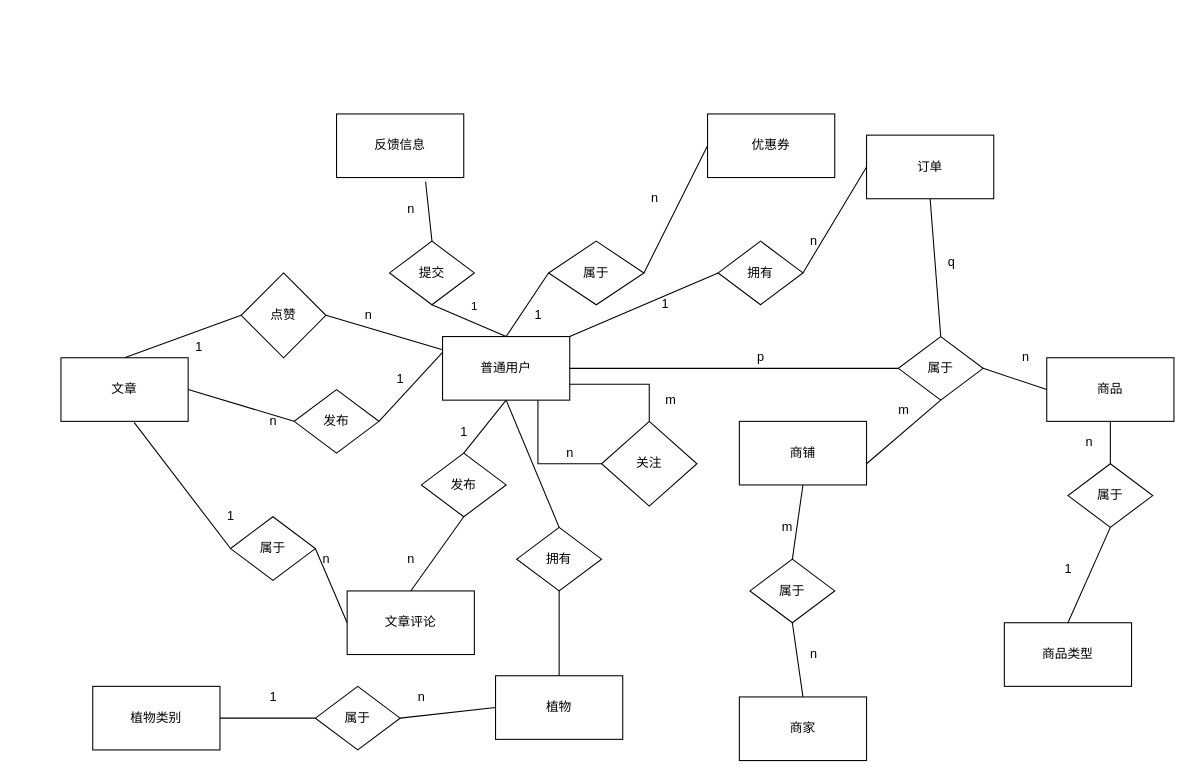
SixteenTime/aboutSome keeps this draw.io diagram as AIPLANTING_ER.drawio. Above is the earlier version. Source tidied: cells renumbered, new cells numbered last; positions are measured from the earlier drawing's top-left corner, leaving out a move shared by most shapes. Both pictures are drawn from the tidied source at 106%, with x=0, y=0 at pixel (60, 113).
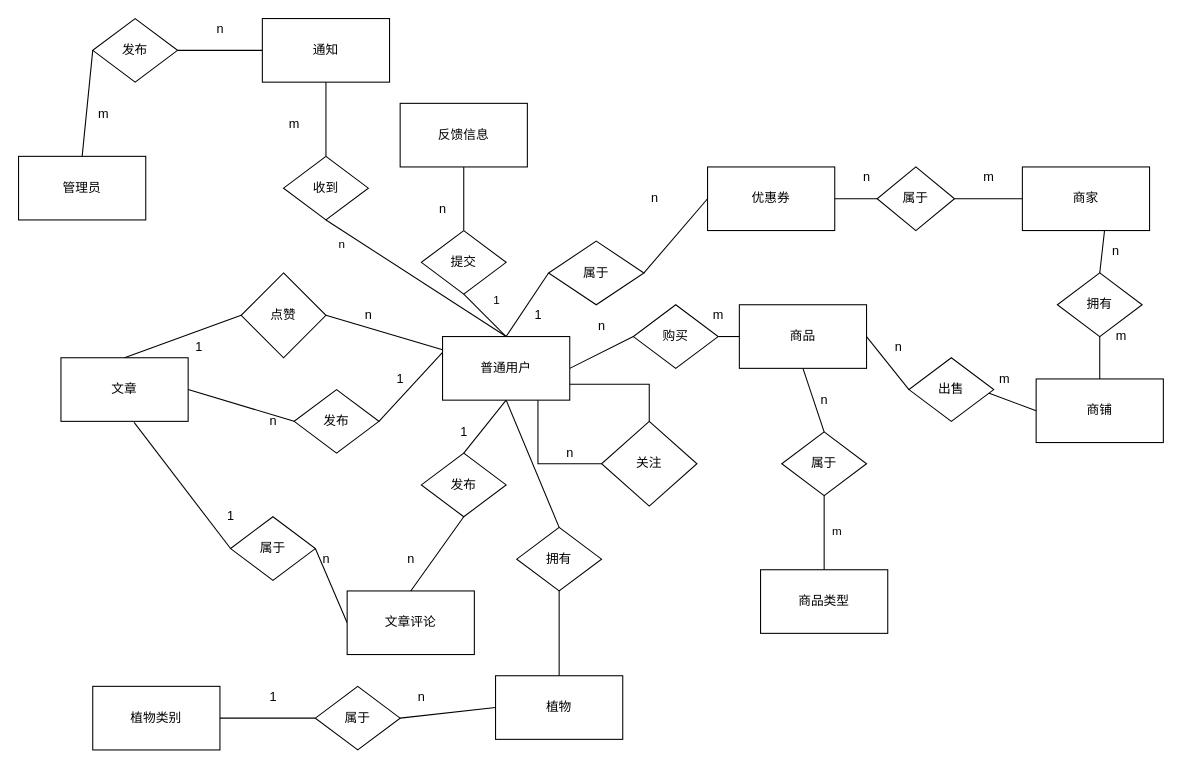
After the change.

Unchanged cells that the change refers to:
```xml
<mxCell id="9" value="普通用户" style="rounded=0;whiteSpace=wrap;html=1;" parent="1" vertex="1">
  <mxGeometry x="360" y="210" width="120" height="60" as="geometry" />
</mxCell>
```

Diff of the diagram source:
```diff
@@
-    <mxCell id="8" style="edgeStyle=none;rounded=0;jettySize=auto;html=1;exitX=1;exitY=0;exitDx=0;exitDy=0;entryX=0;entryY=0.5;entryDx=0;entryDy=0;endArrow=none;endFill=0;" parent="1" edge="1" source="9" target="70">
-      <mxGeometry relative="1" as="geometry" />
-    </mxCell>
+    <mxCell id="81" style="edgeStyle=none;rounded=0;jettySize=auto;html=1;exitX=0.5;exitY=0;exitDx=0;exitDy=0;entryX=0.5;entryY=1;entryDx=0;entryDy=0;endArrow=none;endFill=0;" parent="1" edge="1" source="9" target="100">
+      <mxGeometry relative="1" as="geometry" />
+    </mxCell>
+    <mxCell id="82" value="n" style="edgeLabel;html=1;align=center;verticalAlign=middle;" parent="81" vertex="1">
+      <mxGeometry x="0.77" y="12" relative="1" as="geometry">
+        <mxPoint x="1" as="offset" />
+      </mxGeometry>
+    </mxCell>
+    <mxCell id="83" style="edgeStyle=none;rounded=0;jettySize=auto;html=1;exitX=1;exitY=0.5;exitDx=0;exitDy=0;entryX=0;entryY=0.5;entryDx=0;entryDy=0;endArrow=none;endFill=0;" parent="1" edge="1" source="9" target="107">
+      <mxGeometry relative="1" as="geometry" />
+    </mxCell>
@@
+    <mxCell id="84" style="edgeStyle=none;rounded=0;jettySize=auto;html=1;exitX=0.5;exitY=1;exitDx=0;exitDy=0;entryX=0.5;entryY=0;entryDx=0;entryDy=0;endArrow=none;endFill=0;" parent="1" edge="1" source="10" target="27">
+      <mxGeometry relative="1" as="geometry" />
+    </mxCell>
     <mxCell id="10" value="反馈信息" style="rounded=0;whiteSpace=wrap;html=1;" parent="1" vertex="1">
-      <mxGeometry x="260" width="120" height="60" as="geometry" />
+      <mxGeometry x="320" y="-10" width="120" height="60" as="geometry" />
     </mxCell>
+    <mxCell id="85" style="edgeStyle=none;rounded=0;jettySize=auto;html=1;exitX=1;exitY=0.5;exitDx=0;exitDy=0;entryX=0;entryY=0.5;entryDx=0;entryDy=0;endArrow=none;endFill=0;" parent="1" edge="1" source="11" target="91">
+      <mxGeometry relative="1" as="geometry" />
+    </mxCell>
     <mxCell id="11" value="优惠券" style="rounded=0;whiteSpace=wrap;html=1;" parent="1" vertex="1">
-      <mxGeometry x="610" width="120" height="60" as="geometry" />
+      <mxGeometry x="610" y="50" width="120" height="60" as="geometry" />
     </mxCell>
@@
-    <mxCell id="18" value="m" style="text;html=1;align=center;verticalAlign=middle;" parent="1" vertex="1">
-      <mxGeometry x="560" y="260" width="30" height="20" as="geometry" />
-    </mxCell>
@@
-    <mxCell id="26" style="edgeStyle=none;rounded=0;jettySize=auto;html=1;exitX=0.5;exitY=0;exitDx=0;exitDy=0;entryX=0.7;entryY=1.067;entryDx=0;entryDy=0;endArrow=none;endFill=0;entryPerimeter=0;" parent="1" edge="1" source="27" target="10">
-      <mxGeometry relative="1" as="geometry" />
-    </mxCell>
     <mxCell id="27" value="提交" style="rhombus;whiteSpace=wrap;html=1;" parent="1" vertex="1">
-      <mxGeometry x="310" y="120" width="80" height="60" as="geometry" />
+      <mxGeometry x="340" y="110" width="80" height="60" as="geometry" />
     </mxCell>
     <mxCell id="28" value="n" style="text;html=1;align=center;verticalAlign=middle;" parent="1" vertex="1">
-      <mxGeometry x="320" y="80" width="20" height="20" as="geometry" />
+      <mxGeometry x="350" y="80" width="20" height="20" as="geometry" />
     </mxCell>
@@
     <mxCell id="48" value="商家" style="rounded=0;whiteSpace=wrap;html=1;" parent="1" vertex="1">
-      <mxGeometry x="640" y="550" width="120" height="60" as="geometry" />
+      <mxGeometry x="907" y="50" width="120" height="60" as="geometry" />
     </mxCell>
-    <mxCell id="49" style="edgeStyle=none;rounded=0;jettySize=auto;html=1;exitX=0.5;exitY=1;exitDx=0;exitDy=0;entryX=0.5;entryY=0;entryDx=0;entryDy=0;endArrow=none;endFill=0;" parent="1" edge="1" source="50" target="58">
-      <mxGeometry relative="1" as="geometry" />
-    </mxCell>
+    <mxCell id="86" style="edgeStyle=none;rounded=0;jettySize=auto;html=1;exitX=0;exitY=0.5;exitDx=0;exitDy=0;entryX=0.907;entryY=0.538;entryDx=0;entryDy=0;endArrow=none;endFill=0;entryPerimeter=0;" parent="1" edge="1" source="50" target="63">
+      <mxGeometry relative="1" as="geometry" />
+    </mxCell>
     <mxCell id="50" value="商铺" style="rounded=0;whiteSpace=wrap;html=1;" parent="1" vertex="1">
-      <mxGeometry x="640" y="290" width="120" height="60" as="geometry" />
+      <mxGeometry x="920" y="250" width="120" height="60" as="geometry" />
     </mxCell>
-    <mxCell id="51" style="edgeStyle=none;rounded=0;jettySize=auto;html=1;exitX=0.5;exitY=1;exitDx=0;exitDy=0;entryX=0.5;entryY=0;entryDx=0;entryDy=0;endArrow=none;endFill=0;" parent="1" edge="1" source="52" target="63">
-      <mxGeometry relative="1" as="geometry" />
-    </mxCell>
-    <mxCell id="52" value="订单" style="rounded=0;whiteSpace=wrap;html=1;" parent="1" vertex="1">
-      <mxGeometry x="760" y="20" width="120" height="60" as="geometry" />
-    </mxCell>
-    <mxCell id="53" style="edgeStyle=none;rounded=0;jettySize=auto;html=1;exitX=0;exitY=0.5;exitDx=0;exitDy=0;entryX=1;entryY=0.5;entryDx=0;entryDy=0;endArrow=none;endFill=0;" parent="1" edge="1" source="55" target="63">
-      <mxGeometry relative="1" as="geometry" />
-    </mxCell>
@@
     <mxCell id="55" value="商品" style="rounded=0;whiteSpace=wrap;html=1;" parent="1" vertex="1">
-      <mxGeometry x="930" y="230" width="120" height="60" as="geometry" />
+      <mxGeometry x="640" y="180" width="120" height="60" as="geometry" />
     </mxCell>
     <mxCell id="56" value="商品类型" style="rounded=0;whiteSpace=wrap;html=1;" parent="1" vertex="1">
-      <mxGeometry x="890" y="480" width="120" height="60" as="geometry" />
+      <mxGeometry x="660" y="430" width="120" height="60" as="geometry" />
     </mxCell>
+    <mxCell id="87" style="edgeStyle=none;rounded=0;jettySize=auto;html=1;exitX=0.5;exitY=1;exitDx=0;exitDy=0;endArrow=none;endFill=0;" parent="1" edge="1" source="58" target="50">
+      <mxGeometry relative="1" as="geometry" />
+    </mxCell>
-    <mxCell id="57" style="edgeStyle=none;rounded=0;jettySize=auto;html=1;exitX=0.5;exitY=1;exitDx=0;exitDy=0;entryX=0.5;entryY=0;entryDx=0;entryDy=0;endArrow=none;endFill=0;" parent="1" edge="1" source="58" target="48">
+    <mxCell id="57" style="edgeStyle=none;rounded=0;jettySize=auto;html=1;exitX=0.5;exitY=0;exitDx=0;exitDy=0;entryX=0.646;entryY=1;entryDx=0;entryDy=0;entryPerimeter=0;endArrow=none;endFill=0;" parent="1" edge="1" source="58" target="48">
       <mxGeometry relative="1" as="geometry" />
     </mxCell>
-    <mxCell id="58" value="属于" style="rhombus;whiteSpace=wrap;html=1;" parent="1" vertex="1">
-      <mxGeometry x="650" y="420" width="80" height="60" as="geometry" />
+    <mxCell id="58" value="拥有" style="rhombus;whiteSpace=wrap;html=1;" parent="1" vertex="1">
+      <mxGeometry x="940" y="150" width="80" height="60" as="geometry" />
     </mxCell>
-    <mxCell id="59" value="m" style="text;html=1;align=center;verticalAlign=middle;" parent="1" vertex="1">
-      <mxGeometry x="670" y="380" width="30" height="20" as="geometry" />
-    </mxCell>
-    <mxCell id="60" value="n" style="text;html=1;align=center;verticalAlign=middle;" parent="1" vertex="1">
-      <mxGeometry x="700" y="500" width="20" height="20" as="geometry" />
-    </mxCell>
-    <mxCell id="61" style="edgeStyle=none;rounded=0;jettySize=auto;html=1;exitX=0.5;exitY=1;exitDx=0;exitDy=0;endArrow=none;endFill=0;exitPerimeter=0;" parent="1" edge="1" source="63">
-      <mxGeometry relative="1" as="geometry">
-        <mxPoint x="760" y="330" as="targetPoint" />
-      </mxGeometry>
-    </mxCell>
-    <mxCell id="62" style="edgeStyle=none;rounded=0;jettySize=auto;html=1;exitX=0;exitY=0.5;exitDx=0;exitDy=0;entryX=1;entryY=0.5;entryDx=0;entryDy=0;endArrow=none;endFill=0;" parent="1" edge="1" source="63" target="9">
-      <mxGeometry relative="1" as="geometry" />
-    </mxCell>
+    <mxCell id="88" style="edgeStyle=none;rounded=0;jettySize=auto;html=1;exitX=0;exitY=0.5;exitDx=0;exitDy=0;entryX=1;entryY=0.5;entryDx=0;entryDy=0;endArrow=none;endFill=0;" parent="1" edge="1" source="63" target="55">
+      <mxGeometry relative="1" as="geometry" />
+    </mxCell>
-    <mxCell id="63" value="属于" style="rhombus;whiteSpace=wrap;html=1;" parent="1" vertex="1">
-      <mxGeometry x="790" y="210" width="80" height="60" as="geometry" />
+    <mxCell id="63" value="出售" style="rhombus;whiteSpace=wrap;html=1;" parent="1" vertex="1">
+      <mxGeometry x="800" y="230" width="80" height="60" as="geometry" />
     </mxCell>
-    <mxCell id="64" value="n" style="text;html=1;align=center;verticalAlign=middle;" parent="1" vertex="1">
-      <mxGeometry x="900" y="220" width="20" height="20" as="geometry" />
-    </mxCell>
-    <mxCell id="65" value="m" style="text;html=1;align=center;verticalAlign=middle;" parent="1" vertex="1">
-      <mxGeometry x="780" y="270" width="30" height="20" as="geometry" />
-    </mxCell>
-    <mxCell id="66" style="edgeStyle=none;rounded=0;jettySize=auto;html=1;exitX=0.5;exitY=1;exitDx=0;exitDy=0;entryX=0.5;entryY=0;entryDx=0;entryDy=0;endArrow=none;endFill=0;" parent="1" edge="1" source="67" target="56">
+    <mxCell id="66" style="edgeStyle=none;rounded=0;jettySize=auto;html=1;exitX=0.5;exitY=1;exitDx=0;exitDy=0;endArrow=none;endFill=0;" parent="1" edge="1" source="67" target="56">
       <mxGeometry relative="1" as="geometry" />
     </mxCell>
+    <mxCell id="89" value="m" style="edgeLabel;html=1;align=center;verticalAlign=middle;" parent="66" vertex="1">
+      <mxGeometry x="-0.06" y="11" relative="1" as="geometry" />
+    </mxCell>
     <mxCell id="67" value="属于" style="rhombus;whiteSpace=wrap;html=1;" parent="1" vertex="1">
-      <mxGeometry x="950" y="330" width="80" height="60" as="geometry" />
+      <mxGeometry x="680" y="300" width="80" height="60" as="geometry" />
     </mxCell>
-    <mxCell id="68" value="p" style="text;html=1;align=center;verticalAlign=middle;" parent="1" vertex="1">
-      <mxGeometry x="650" y="220" width="20" height="20" as="geometry" />
-    </mxCell>
-    <mxCell id="69" style="edgeStyle=none;rounded=0;jettySize=auto;html=1;exitX=1;exitY=0.5;exitDx=0;exitDy=0;entryX=0;entryY=0.5;entryDx=0;entryDy=0;endArrow=none;endFill=0;" parent="1" edge="1" source="70" target="52">
-      <mxGeometry relative="1" as="geometry" />
-    </mxCell>
-    <mxCell id="70" value="拥有" style="rhombus;whiteSpace=wrap;html=1;" parent="1" vertex="1">
-      <mxGeometry x="620" y="120" width="80" height="60" as="geometry" />
-    </mxCell>
-    <mxCell id="71" value="1" style="text;html=1;align=center;verticalAlign=middle;" parent="1" vertex="1">
-      <mxGeometry x="560" y="170" width="20" height="20" as="geometry" />
-    </mxCell>
-    <mxCell id="72" value="n" style="text;html=1;align=center;verticalAlign=middle;" parent="1" vertex="1">
-      <mxGeometry x="700" y="110" width="20" height="20" as="geometry" />
-    </mxCell>
-    <mxCell id="73" value="q" style="text;html=1;align=center;verticalAlign=middle;" parent="1" vertex="1">
-      <mxGeometry x="830" y="130" width="20" height="20" as="geometry" />
-    </mxCell>
@@
-    <mxCell id="75" value="n" style="text;html=1;align=center;verticalAlign=middle;" parent="1" vertex="1">
-      <mxGeometry x="960" y="300" width="20" height="20" as="geometry" />
-    </mxCell>
-    <mxCell id="76" value="1" style="text;html=1;align=center;verticalAlign=middle;" parent="1" vertex="1">
-      <mxGeometry x="940" y="420" width="20" height="20" as="geometry" />
-    </mxCell>
@@
+    <mxCell id="90" style="edgeStyle=none;rounded=0;jettySize=auto;html=1;exitX=1;exitY=0.5;exitDx=0;exitDy=0;entryX=0;entryY=0.5;entryDx=0;entryDy=0;endArrow=none;endFill=0;" parent="1" edge="1" source="91" target="48">
+      <mxGeometry relative="1" as="geometry" />
+    </mxCell>
+    <mxCell id="91" value="属于" style="rhombus;whiteSpace=wrap;html=1;" parent="1" vertex="1">
+      <mxGeometry x="770" y="50" width="73" height="60" as="geometry" />
+    </mxCell>
+    <mxCell id="92" value="n" style="text;html=1;align=center;verticalAlign=middle;" parent="1" vertex="1">
+      <mxGeometry x="985" y="120" width="20" height="20" as="geometry" />
+    </mxCell>
+    <mxCell id="93" value="m" style="text;html=1;align=center;verticalAlign=middle;" parent="1" vertex="1">
+      <mxGeometry x="985" y="200" width="30" height="20" as="geometry" />
+    </mxCell>
+    <mxCell id="94" value="m" style="text;html=1;align=center;verticalAlign=middle;" parent="1" vertex="1">
+      <mxGeometry x="860" y="50" width="30" height="20" as="geometry" />
+    </mxCell>
+    <mxCell id="95" value="n" style="text;html=1;align=center;verticalAlign=middle;" parent="1" vertex="1">
+      <mxGeometry x="750" y="50" width="20" height="20" as="geometry" />
+    </mxCell>
+    <mxCell id="96" value="管理员" style="rounded=0;whiteSpace=wrap;html=1;" parent="1" vertex="1">
+      <mxGeometry x="-40" y="40" width="120" height="60" as="geometry" />
+    </mxCell>
+    <mxCell id="97" style="edgeStyle=none;rounded=0;jettySize=auto;html=1;exitX=0;exitY=0.5;exitDx=0;exitDy=0;entryX=1;entryY=0.5;entryDx=0;entryDy=0;endArrow=none;endFill=0;" parent="1" edge="1" source="98" target="102">
+      <mxGeometry relative="1" as="geometry" />
+    </mxCell>
+    <mxCell id="98" value="通知" style="rounded=0;whiteSpace=wrap;html=1;" parent="1" vertex="1">
+      <mxGeometry x="190" y="-90" width="120" height="60" as="geometry" />
+    </mxCell>
+    <mxCell id="99" style="edgeStyle=none;rounded=0;jettySize=auto;html=1;exitX=0.5;exitY=0;exitDx=0;exitDy=0;entryX=0.5;entryY=1;entryDx=0;entryDy=0;endArrow=none;endFill=0;" parent="1" edge="1" source="100" target="98">
+      <mxGeometry relative="1" as="geometry" />
+    </mxCell>
+    <mxCell id="100" value="收到" style="rhombus;whiteSpace=wrap;html=1;" parent="1" vertex="1">
+      <mxGeometry x="210" y="40" width="80" height="60" as="geometry" />
+    </mxCell>
+    <mxCell id="101" style="edgeStyle=none;rounded=0;jettySize=auto;html=1;exitX=0;exitY=0.5;exitDx=0;exitDy=0;entryX=0.5;entryY=0;entryDx=0;entryDy=0;endArrow=none;endFill=0;" parent="1" edge="1" source="102" target="96">
+      <mxGeometry relative="1" as="geometry" />
+    </mxCell>
+    <mxCell id="102" value="发布" style="rhombus;whiteSpace=wrap;html=1;" parent="1" vertex="1">
+      <mxGeometry x="30" y="-90" width="80" height="60" as="geometry" />
+    </mxCell>
+    <mxCell id="103" value="m" style="text;html=1;align=center;verticalAlign=middle;" parent="1" vertex="1">
+      <mxGeometry x="205" width="30" height="20" as="geometry" />
+    </mxCell>
+    <mxCell id="104" value="n" style="text;html=1;align=center;verticalAlign=middle;" parent="1" vertex="1">
+      <mxGeometry x="140" y="-90" width="20" height="20" as="geometry" />
+    </mxCell>
+    <mxCell id="105" value="m" style="text;html=1;align=center;verticalAlign=middle;" parent="1" vertex="1">
+      <mxGeometry x="25" y="-10" width="30" height="20" as="geometry" />
+    </mxCell>
+    <mxCell id="106" style="edgeStyle=none;rounded=0;jettySize=auto;html=1;exitX=1;exitY=0.5;exitDx=0;exitDy=0;entryX=0;entryY=0.5;entryDx=0;entryDy=0;endArrow=none;endFill=0;" parent="1" edge="1" source="107" target="55">
+      <mxGeometry relative="1" as="geometry" />
+    </mxCell>
+    <mxCell id="107" value="购买" style="rhombus;whiteSpace=wrap;html=1;" parent="1" vertex="1">
+      <mxGeometry x="540" y="180" width="80" height="60" as="geometry" />
+    </mxCell>
+    <mxCell id="108" value="n" style="text;html=1;align=center;verticalAlign=middle;" parent="1" vertex="1">
+      <mxGeometry x="500" y="190" width="20" height="20" as="geometry" />
+    </mxCell>
+    <mxCell id="109" value="m" style="text;html=1;align=center;verticalAlign=middle;" parent="1" vertex="1">
+      <mxGeometry x="605" y="180" width="30" height="20" as="geometry" />
+    </mxCell>
+    <mxCell id="110" value="n" style="text;html=1;align=center;verticalAlign=middle;" parent="1" vertex="1">
+      <mxGeometry x="780" y="210" width="20" height="20" as="geometry" />
+    </mxCell>
+    <mxCell id="111" value="m" style="text;html=1;align=center;verticalAlign=middle;" parent="1" vertex="1">
+      <mxGeometry x="875" y="240" width="30" height="20" as="geometry" />
+    </mxCell>
+    <mxCell id="112" value="n" style="text;html=1;align=center;verticalAlign=middle;" parent="1" vertex="1">
+      <mxGeometry x="710" y="260" width="20" height="20" as="geometry" />
+    </mxCell>
```
